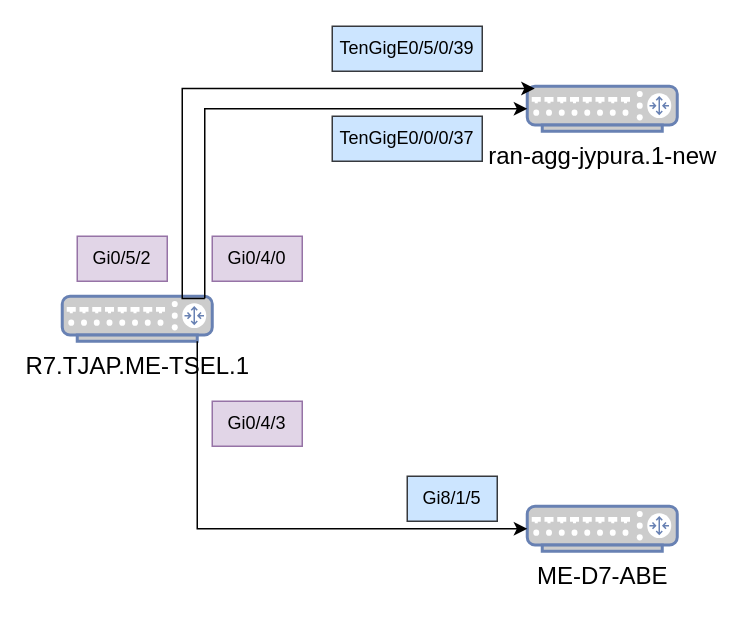
TimunTimur/sirotan keeps this draw.io diagram as page "Before" (1 of 2) of Activity Dismount Module R7.TJAP.ME-TSEL.1 TTC Jayapura.drawio. Above is the earlier version. Source tidied: cells renumbered, new cells numbered last; positions are measured from the earlier drawing's top-left corner, leaving out a move shared by most shapes. Both pictures are drawn from the tidied source at 150%, with x=0, y=0 at pixel (62, 26).
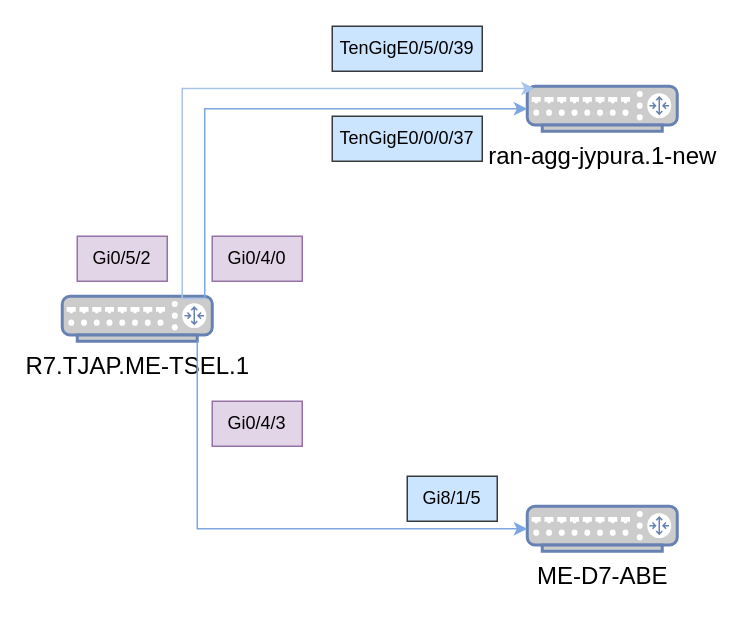
The same page after the edit.

The edit, as a diff of the source:
```diff
@@
 <mxGraphModel>
   <root>
     <mxCell id="0" />
     <mxCell id="1" parent="0" />
     <mxCell id="2" value="&lt;font style=&quot;font-size: 16px;&quot; color=&quot;#000000&quot;&gt;R7.TJAP.ME-TSEL.1&lt;/font&gt;" style="fontColor=#0066CC;verticalAlign=top;verticalLabelPosition=bottom;labelPosition=center;align=center;html=1;outlineConnect=0;fillColor=#CCCCCC;strokeColor=#6881B3;gradientColor=none;gradientDirection=north;strokeWidth=2;shape=mxgraph.networks.router;" parent="1" vertex="1">
       <mxGeometry y="180" width="100" height="30" as="geometry" />
     </mxCell>
     <mxCell id="3" value="&lt;font color=&quot;#000000&quot; style=&quot;font-size: 16px;&quot;&gt;ran-agg-jypura.1-new&lt;/font&gt;" style="fontColor=#0066CC;verticalAlign=top;verticalLabelPosition=bottom;labelPosition=center;align=center;html=1;outlineConnect=0;fillColor=#CCCCCC;strokeColor=#6881B3;gradientColor=none;gradientDirection=north;strokeWidth=2;shape=mxgraph.networks.router;" parent="1" vertex="1">
       <mxGeometry x="310" y="40" width="100" height="30" as="geometry" />
     </mxCell>
     <mxCell id="4" value="&lt;font color=&quot;#000000&quot; style=&quot;font-size: 16px;&quot;&gt;ME-D7-ABE&lt;/font&gt;" style="fontColor=#0066CC;verticalAlign=top;verticalLabelPosition=bottom;labelPosition=center;align=center;html=1;outlineConnect=0;fillColor=#CCCCCC;strokeColor=#6881B3;gradientColor=none;gradientDirection=north;strokeWidth=2;shape=mxgraph.networks.router;" parent="1" vertex="1">
       <mxGeometry x="310" y="320" width="100" height="30" as="geometry" />
     </mxCell>
-    <mxCell id="5" style="edgeStyle=orthogonalEdgeStyle;rounded=0;jettySize=auto;html=1;exitX=0.95;exitY=0.05;exitDx=0;exitDy=0;exitPerimeter=0;entryX=0;entryY=0.5;entryDx=0;entryDy=0;entryPerimeter=0;" parent="1" edge="1" source="2" target="3">
+    <mxCell id="5" style="edgeStyle=orthogonalEdgeStyle;rounded=0;jettySize=auto;html=1;exitX=0.95;exitY=0.05;exitDx=0;exitDy=0;exitPerimeter=0;entryX=0;entryY=0.5;entryDx=0;entryDy=0;entryPerimeter=0;fillColor=#cce5ff;strokeColor=#7EA6E0;" parent="1" edge="1" source="2" target="3">
       <mxGeometry relative="1" as="geometry">
         <Array as="points">
           <mxPoint x="95" y="55" />
         </Array>
       </mxGeometry>
     </mxCell>
-    <mxCell id="6" style="edgeStyle=orthogonalEdgeStyle;rounded=0;jettySize=auto;html=1;exitX=0.9;exitY=1;exitDx=0;exitDy=0;exitPerimeter=0;entryX=0;entryY=0.5;entryDx=0;entryDy=0;entryPerimeter=0;" parent="1" edge="1" source="2" target="4">
+    <mxCell id="6" style="edgeStyle=orthogonalEdgeStyle;rounded=0;jettySize=auto;html=1;exitX=0.9;exitY=1;exitDx=0;exitDy=0;exitPerimeter=0;entryX=0;entryY=0.5;entryDx=0;entryDy=0;entryPerimeter=0;fillColor=#cce5ff;strokeColor=#7EA6E0;" parent="1" edge="1" source="2" target="4">
       <mxGeometry relative="1" as="geometry" />
     </mxCell>
-    <mxCell id="7" style="edgeStyle=orthogonalEdgeStyle;rounded=0;jettySize=auto;html=1;exitX=0.95;exitY=0.05;exitDx=0;exitDy=0;exitPerimeter=0;entryX=0.05;entryY=0.05;entryDx=0;entryDy=0;entryPerimeter=0;" parent="1" edge="1" source="2" target="3">
+    <mxCell id="7" style="edgeStyle=orthogonalEdgeStyle;rounded=0;jettySize=auto;html=1;exitX=0.95;exitY=0.05;exitDx=0;exitDy=0;exitPerimeter=0;entryX=0.05;entryY=0.05;entryDx=0;entryDy=0;entryPerimeter=0;fillColor=#cce5ff;strokeColor=#A9C4EB;" parent="1" edge="1" source="2" target="3">
       <mxGeometry relative="1" as="geometry">
         <Array as="points">
           <mxPoint x="80" y="182" />
           <mxPoint x="80" y="42" />
         </Array>
       </mxGeometry>
     </mxCell>
     <mxCell id="8" value="Gi8/1/5" style="text;strokeColor=#36393d;align=center;fillColor=#cce5ff;html=1;verticalAlign=middle;whiteSpace=wrap;rounded=0;" parent="1" vertex="1">
       <mxGeometry x="230" y="300" width="60" height="30" as="geometry" />
     </mxCell>
     <mxCell id="9" value="Gi0/4/3" style="text;strokeColor=#9673a6;align=center;fillColor=#e1d5e7;html=1;verticalAlign=middle;whiteSpace=wrap;rounded=0;" parent="1" vertex="1">
       <mxGeometry x="100" y="250" width="60" height="30" as="geometry" />
     </mxCell>
     <mxCell id="10" value="Gi0/4/0" style="text;strokeColor=#9673a6;align=center;fillColor=#e1d5e7;html=1;verticalAlign=middle;whiteSpace=wrap;rounded=0;" parent="1" vertex="1">
       <mxGeometry x="100" y="140" width="60" height="30" as="geometry" />
     </mxCell>
     <mxCell id="11" value="TenGigE0/0/0/37" style="text;align=center;html=1;verticalAlign=middle;whiteSpace=wrap;rounded=0;fillColor=#cce5ff;strokeColor=#36393d;" parent="1" vertex="1">
       <mxGeometry x="180" y="60" width="100" height="30" as="geometry" />
     </mxCell>
     <mxCell id="12" value="TenGigE0/5/0/39" style="text;align=center;html=1;verticalAlign=middle;whiteSpace=wrap;rounded=0;fillColor=#cce5ff;strokeColor=#36393d;" parent="1" vertex="1">
       <mxGeometry x="180" width="100" height="30" as="geometry" />
     </mxCell>
     <mxCell id="13" value="Gi0/5/2" style="text;strokeColor=#9673a6;align=center;fillColor=#e1d5e7;html=1;verticalAlign=middle;whiteSpace=wrap;rounded=0;" parent="1" vertex="1">
       <mxGeometry x="10" y="140" width="60" height="30" as="geometry" />
     </mxCell>
   </root>
 </mxGraphModel>
```
